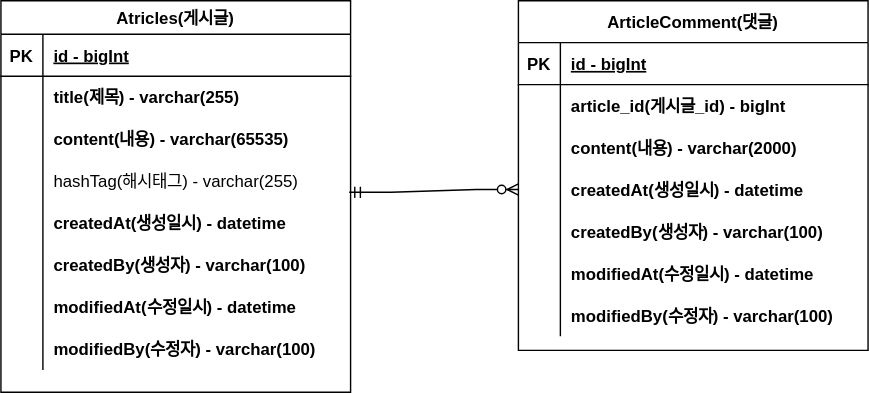
audmslpl/fastcampus-project-board keeps this draw.io diagram as document/project-board-erd.svg. Above is the earlier version. Source tidied: cells renumbered, new cells last; positions are measured from the earlier drawing's top-left corner, leaving out a move shared by most shapes.
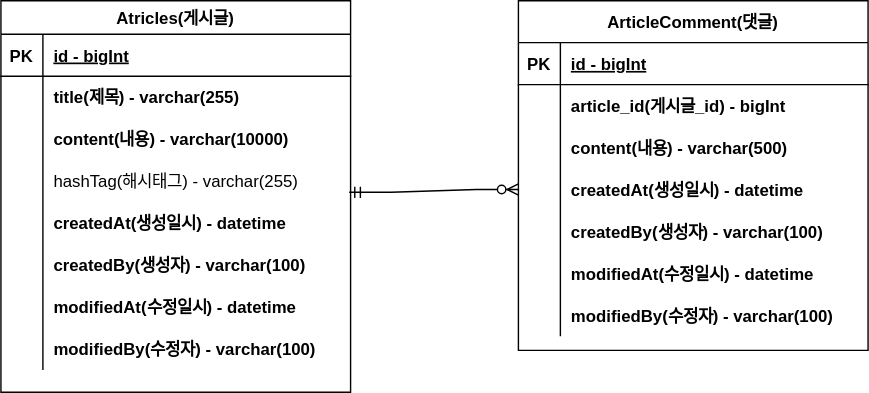
The same file after the commit.

Change to the diagram source:
```diff
@@ -29,7 +29,7 @@
     <mxCell id="10" style="shape=partialRectangle;overflow=hidden;fillColor=none;top=0;left=0;bottom=0;right=0;" parent="9" vertex="1">
       <mxGeometry width="30" height="30" as="geometry" />
     </mxCell>
-    <mxCell id="11" value="content(내용) - varchar(65535)" style="shape=partialRectangle;overflow=hidden;fillColor=none;top=0;left=0;bottom=0;right=0;align=left;spacingLeft=6;fontStyle=1;" parent="9" vertex="1">
+    <mxCell id="11" value="content(내용) - varchar(10000)" style="shape=partialRectangle;overflow=hidden;fillColor=none;top=0;left=0;bottom=0;right=0;align=left;spacingLeft=6;fontStyle=1;" parent="9" vertex="1">
       <mxGeometry x="30" width="220" height="30" as="geometry" />
     </mxCell>
     <mxCell id="12" style="shape=partialRectangle;fillColor=none;points=[[0,0.5],[1,0.5]];portConstraint=eastwest;top=0;left=0;right=0;bottom=0;" parent="2" vertex="1">
@@ -104,7 +104,7 @@
     <mxCell id="35" style="shape=partialRectangle;overflow=hidden;fillColor=none;top=0;left=0;bottom=0;right=0;" parent="34" vertex="1">
       <mxGeometry width="30" height="30" as="geometry" />
     </mxCell>
-    <mxCell id="36" value="content(내용) - varchar(2000)" style="shape=partialRectangle;overflow=hidden;fillColor=none;top=0;left=0;bottom=0;right=0;align=left;spacingLeft=6;fontStyle=1;" parent="34" vertex="1">
+    <mxCell id="36" value="content(내용) - varchar(500)" style="shape=partialRectangle;overflow=hidden;fillColor=none;top=0;left=0;bottom=0;right=0;align=left;spacingLeft=6;fontStyle=1;" parent="34" vertex="1">
       <mxGeometry x="30" width="220" height="30" as="geometry" />
     </mxCell>
     <mxCell id="37" style="shape=partialRectangle;fillColor=none;points=[[0,0.5],[1,0.5]];portConstraint=eastwest;top=0;left=0;right=0;bottom=0;" parent="27" vertex="1">
```
